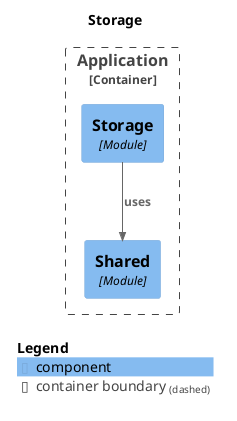
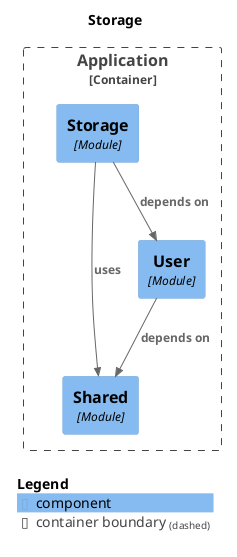
@startuml
set separator none
title Storage

top to bottom direction

!include <C4/C4>
!include <C4/C4_Context>
!include <C4/C4_Component>

Container_Boundary("Application.Application_boundary", "Application", $tags="") {
+   Component(Application.Application.Storage, "Storage", $techn="Module", $descr="", $tags="", $link="")
  Component(Application.Application.Shared, "Shared", $techn="Module", $descr="", $tags="", $link="")
-   Component(Application.Application.Storage, "Storage", $techn="Module", $descr="", $tags="", $link="")
+   Component(Application.Application.User, "User", $techn="Module", $descr="", $tags="", $link="")
}

+ Rel(Application.Application.Storage, Application.Application.User, "depends on", $techn="", $tags="", $link="")
Rel(Application.Application.Storage, Application.Application.Shared, "uses", $techn="", $tags="", $link="")
+ Rel(Application.Application.User, Application.Application.Shared, "depends on", $techn="", $tags="", $link="")

SHOW_LEGEND(true)
@enduml